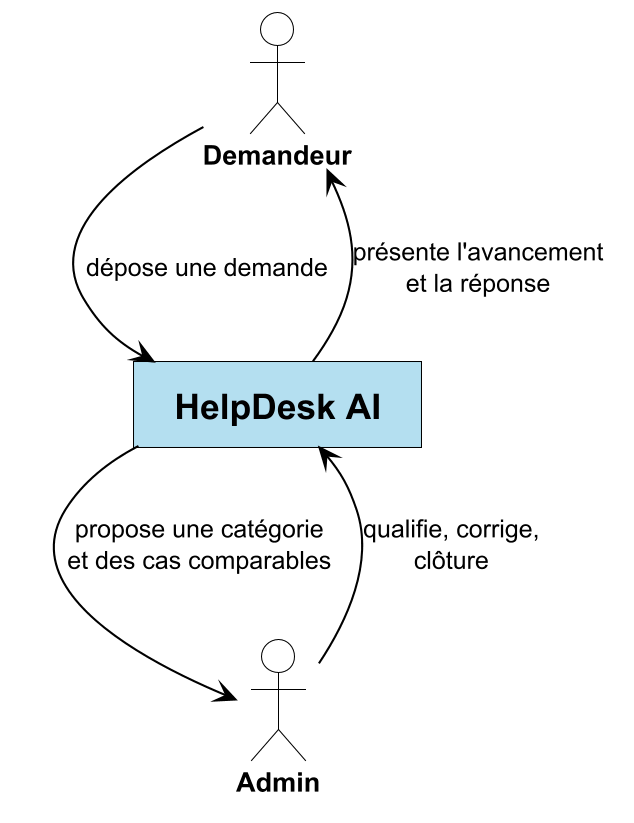
Earlier version of the PlantUML export report/img/ch06_contexte.png (Touka-Amine/helpdesk-ai).
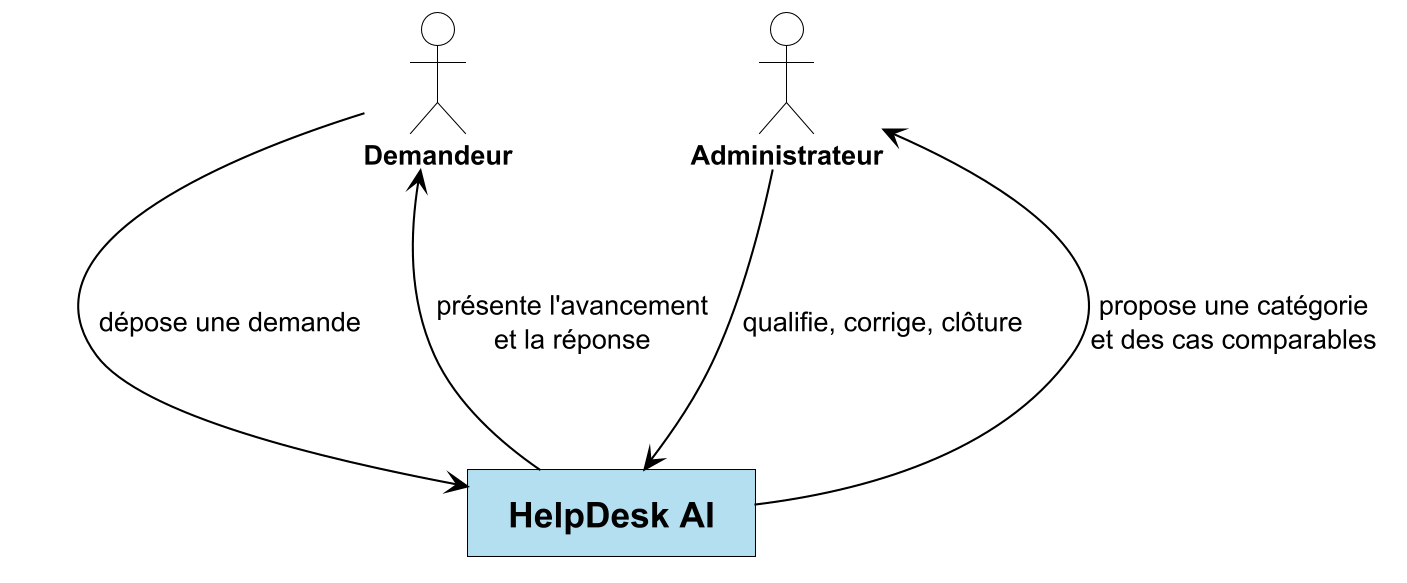
The same diagram one commit later.

Diff of the diagram source:
```diff
@@ -12,20 +12,22 @@
 
 skinparam ArrowColor #000000
 skinparam ArrowFontColor #000000
-skinparam ArrowFontSize 12
+skinparam ArrowFontSize 13
 skinparam ArrowThickness 1
-skinparam nodesep 50
-skinparam ranksep 60
+skinparam nodesep 30
+skinparam ranksep 110
 
 actor "Demandeur" as DEM
-actor "Admin" as ADM
+actor "Administrateur" as ADM
 
 rectangle "  HelpDesk AI  " as SYS
+
+DEM -[hidden]right- ADM
 
 DEM --> SYS : dépose une demande
 SYS --> DEM : présente l'avancement\net la réponse
 
-ADM --> SYS : qualifie, corrige,\nclôture
 SYS --> ADM : propose une catégorie\net des cas comparables
+ADM --> SYS : qualifie, corrige, clôture
 
 @enduml
```
